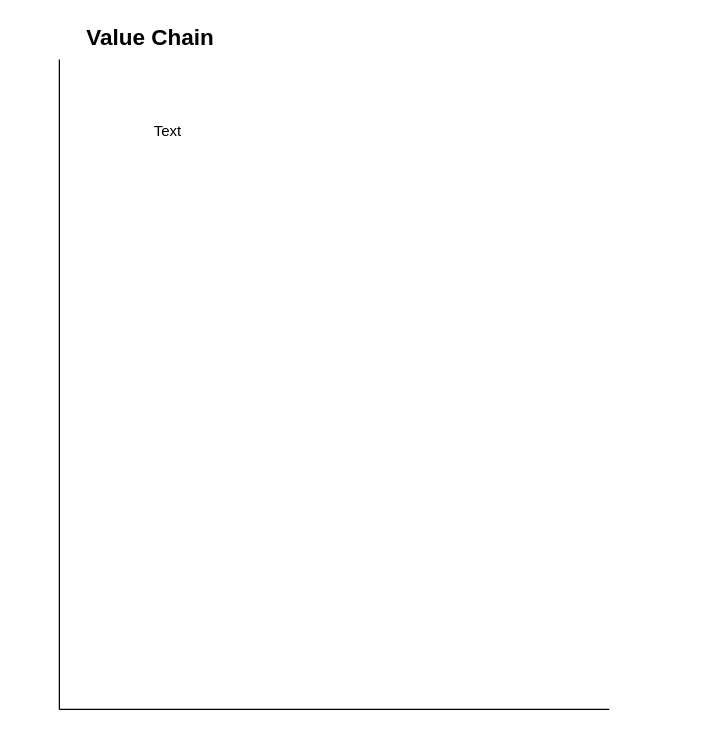
Earlier version of the draw.io diagram notebooks/users/Lauren/untitled.dio (OpenSecuritySummit/jp-2020). Source tidied: cells renumbered, new cells numbered last; positions are measured from the earlier drawing's top-left corner, leaving out a move shared by most shapes. Both pictures are drawn from the tidied source at 125%, with x=0, y=0 at pixel (59, 21).
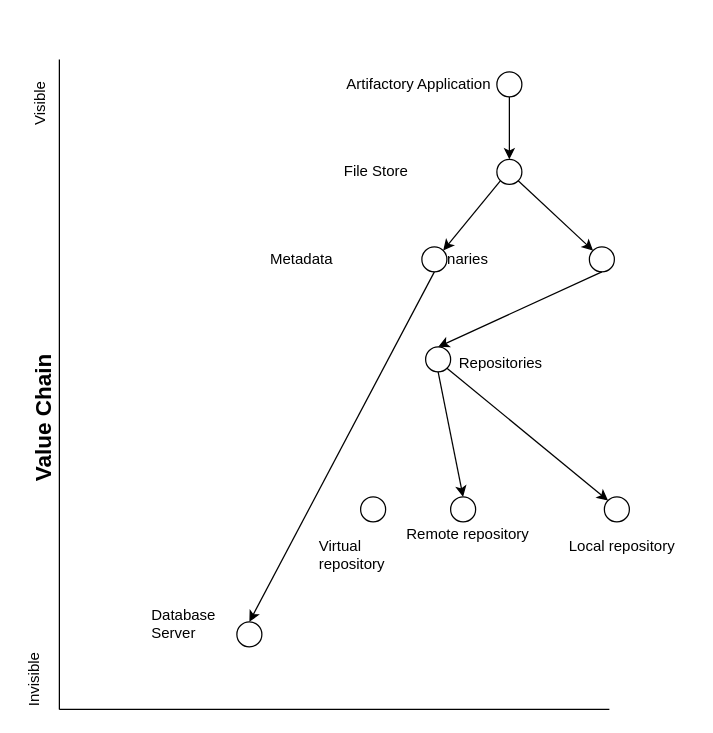
The same page after the edit.

Commit message:
auto saved (changes in notebook)

Change to the diagram source:
```diff
@@
-    <mxCell id="2" value="&lt;font style=&quot;font-size: 18px&quot;&gt;&lt;b&gt;Value Chain&lt;/b&gt;&lt;/font&gt;" style="text;html=1;align=left;verticalAlign=top;spacingTop=-4;" parent="1" vertex="1">
-      <mxGeometry x="20" width="120" height="20" as="geometry" />
+    <mxCell id="2" value="&lt;font style=&quot;font-size: 18px&quot;&gt;&lt;b&gt;Value Chain&lt;/b&gt;&lt;/font&gt;" style="text;html=1;align=left;verticalAlign=top;spacingTop=-4;rotation=-90;" parent="1" vertex="1">
+      <mxGeometry x="-75" y="300" width="120" height="20" as="geometry" />
     </mxCell>
@@
-    <mxCell id="5" value="Text" style="text;html=1;align=left;verticalAlign=top;spacingTop=-4;" parent="1" vertex="1">
-      <mxGeometry x="74" y="78" width="40" height="20" as="geometry" />
+    <mxCell id="5" value="Visible" style="text;html=1;align=left;verticalAlign=top;spacingTop=-4;rotation=-90;" parent="1" vertex="1">
+      <mxGeometry x="-40" y="50" width="50" height="20" as="geometry" />
     </mxCell>
+    <mxCell id="6" value="Invisible" style="text;html=1;align=left;verticalAlign=top;spacingTop=-4;rotation=-90;" parent="1" vertex="1">
+      <mxGeometry x="-50" y="510" width="60" height="20" as="geometry" />
+    </mxCell>
+    <mxCell id="7" style="ellipse;whiteSpace=wrap;html=1;" parent="1" vertex="1">
+      <mxGeometry x="350" y="40" width="20" height="20" as="geometry" />
+    </mxCell>
+    <mxCell id="8" style="endArrow=classic;html=1;exitX=0.5;exitY=1;entryX=0.5;entryY=0;" parent="1" edge="1" source="7" target="12">
+      <mxGeometry relative="1" as="geometry" />
+    </mxCell>
+    <mxCell id="9" style="edgeStyle=orthogonalEdgeStyle;rounded=0;html=1;exitX=0;exitY=1;entryX=0;entryY=1;jettySize=auto;orthogonalLoop=1;" parent="1" edge="1" source="7" target="7">
+      <mxGeometry relative="1" as="geometry" />
+    </mxCell>
+    <mxCell id="10" style="edgeStyle=orthogonalEdgeStyle;rounded=0;html=1;exitX=0;exitY=1;entryX=0;entryY=1;jettySize=auto;orthogonalLoop=1;" parent="1" edge="1">
+      <mxGeometry relative="1" as="geometry">
+        <mxPoint x="363" y="67" as="sourcePoint" />
+        <mxPoint x="363" y="67" as="targetPoint" />
+      </mxGeometry>
+    </mxCell>
+    <mxCell id="11" style="edgeStyle=orthogonalEdgeStyle;rounded=0;html=1;exitX=0;exitY=0;entryX=0;entryY=0;jettySize=auto;orthogonalLoop=1;" parent="1" edge="1" source="7" target="7">
+      <mxGeometry relative="1" as="geometry" />
+    </mxCell>
+    <mxCell id="12" style="ellipse;whiteSpace=wrap;html=1;" parent="1" vertex="1">
+      <mxGeometry x="350" y="110" width="20" height="20" as="geometry" />
+    </mxCell>
+    <mxCell id="13" value="Artifactory Application" style="text;html=1;align=left;verticalAlign=top;spacingTop=-4;" parent="1" vertex="1">
+      <mxGeometry x="228" y="40" width="130" height="20" as="geometry" />
+    </mxCell>
+    <mxCell id="14" style="endArrow=classic;html=1;exitX=0;exitY=1;entryX=1;entryY=0;" parent="1" edge="1" source="12" target="17">
+      <mxGeometry relative="1" as="geometry" />
+    </mxCell>
+    <mxCell id="15" style="endArrow=classic;html=1;exitX=1;exitY=1;entryX=0;entryY=0;" parent="1" edge="1" source="12" target="21">
+      <mxGeometry relative="1" as="geometry" />
+    </mxCell>
+    <mxCell id="16" value="Binaries" style="text;html=1;align=left;verticalAlign=top;spacingTop=-4;" parent="1" vertex="1">
+      <mxGeometry x="298" y="180" width="60" height="20" as="geometry" />
+    </mxCell>
+    <mxCell id="17" style="ellipse;whiteSpace=wrap;html=1;" parent="1" vertex="1">
+      <mxGeometry x="290" y="180" width="20" height="20" as="geometry" />
+    </mxCell>
+    <mxCell id="18" style="endArrow=classic;html=1;exitX=0.5;exitY=1;entryX=0.5;entryY=0;" parent="1" edge="1" source="17" target="19">
+      <mxGeometry relative="1" as="geometry" />
+    </mxCell>
+    <mxCell id="19" style="ellipse;whiteSpace=wrap;html=1;" parent="1" vertex="1">
+      <mxGeometry x="142" y="480" width="20" height="20" as="geometry" />
+    </mxCell>
+    <mxCell id="20" value="Database&lt;div&gt;Server&lt;/div&gt;" style="text;html=1;align=left;verticalAlign=top;spacingTop=-4;" parent="1" vertex="1">
+      <mxGeometry x="72" y="465" width="70" height="30" as="geometry" />
+    </mxCell>
+    <mxCell id="21" style="ellipse;whiteSpace=wrap;html=1;" parent="1" vertex="1">
+      <mxGeometry x="424" y="180" width="20" height="20" as="geometry" />
+    </mxCell>
+    <mxCell id="22" value="Metadata" style="text;html=1;align=left;verticalAlign=top;spacingTop=-4;" parent="1" vertex="1">
+      <mxGeometry x="167" y="180" width="70" height="20" as="geometry" />
+    </mxCell>
+    <mxCell id="23" style="endArrow=classic;html=1;exitX=0.5;exitY=1;entryX=0.5;entryY=0;" parent="1" edge="1" source="21" target="25">
+      <mxGeometry relative="1" as="geometry" />
+    </mxCell>
+    <mxCell id="24" value="File Store" style="text;html=1;align=left;verticalAlign=top;spacingTop=-4;" parent="1" vertex="1">
+      <mxGeometry x="226" y="110" width="70" height="20" as="geometry" />
+    </mxCell>
+    <mxCell id="25" style="ellipse;whiteSpace=wrap;html=1;" parent="1" vertex="1">
+      <mxGeometry x="293" y="260" width="20" height="20" as="geometry" />
+    </mxCell>
+    <mxCell id="26" value="Repositories" style="text;html=1;align=left;verticalAlign=top;spacingTop=-4;" parent="1" vertex="1">
+      <mxGeometry x="318" y="263" width="80" height="20" as="geometry" />
+    </mxCell>
+    <mxCell id="27" style="endArrow=classic;html=1;exitX=1;exitY=1;entryX=0;entryY=0;" parent="1" edge="1" source="25" target="28">
+      <mxGeometry relative="1" as="geometry" />
+    </mxCell>
+    <mxCell id="28" style="ellipse;whiteSpace=wrap;html=1;" parent="1" vertex="1">
+      <mxGeometry x="436" y="380" width="20" height="20" as="geometry" />
+    </mxCell>
+    <mxCell id="29" value="Local repository" style="text;html=1;align=left;verticalAlign=top;spacingTop=-4;" parent="1" vertex="1">
+      <mxGeometry x="406" y="410" width="100" height="20" as="geometry" />
+    </mxCell>
+    <mxCell id="30" value="Remote repository" style="text;html=1;align=left;verticalAlign=top;spacingTop=-4;" parent="1" vertex="1">
+      <mxGeometry x="276" y="400" width="110" height="20" as="geometry" />
+    </mxCell>
+    <mxCell id="31" value="Virtual&lt;div&gt;repository&lt;/div&gt;" style="text;html=1;align=left;verticalAlign=top;spacingTop=-4;" parent="1" vertex="1">
+      <mxGeometry x="206" y="410" width="70" height="30" as="geometry" />
+    </mxCell>
+    <mxCell id="32" style="ellipse;whiteSpace=wrap;html=1;" parent="1" vertex="1">
+      <mxGeometry x="313" y="380" width="20" height="20" as="geometry" />
+    </mxCell>
+    <mxCell id="33" style="endArrow=classic;html=1;exitX=0.5;exitY=1;entryX=0.5;entryY=0;" parent="1" edge="1" source="25" target="32">
+      <mxGeometry relative="1" as="geometry" />
+    </mxCell>
+    <mxCell id="34" style="ellipse;whiteSpace=wrap;html=1;" parent="1" vertex="1">
+      <mxGeometry x="241" y="380" width="20" height="20" as="geometry" />
+    </mxCell>
```
